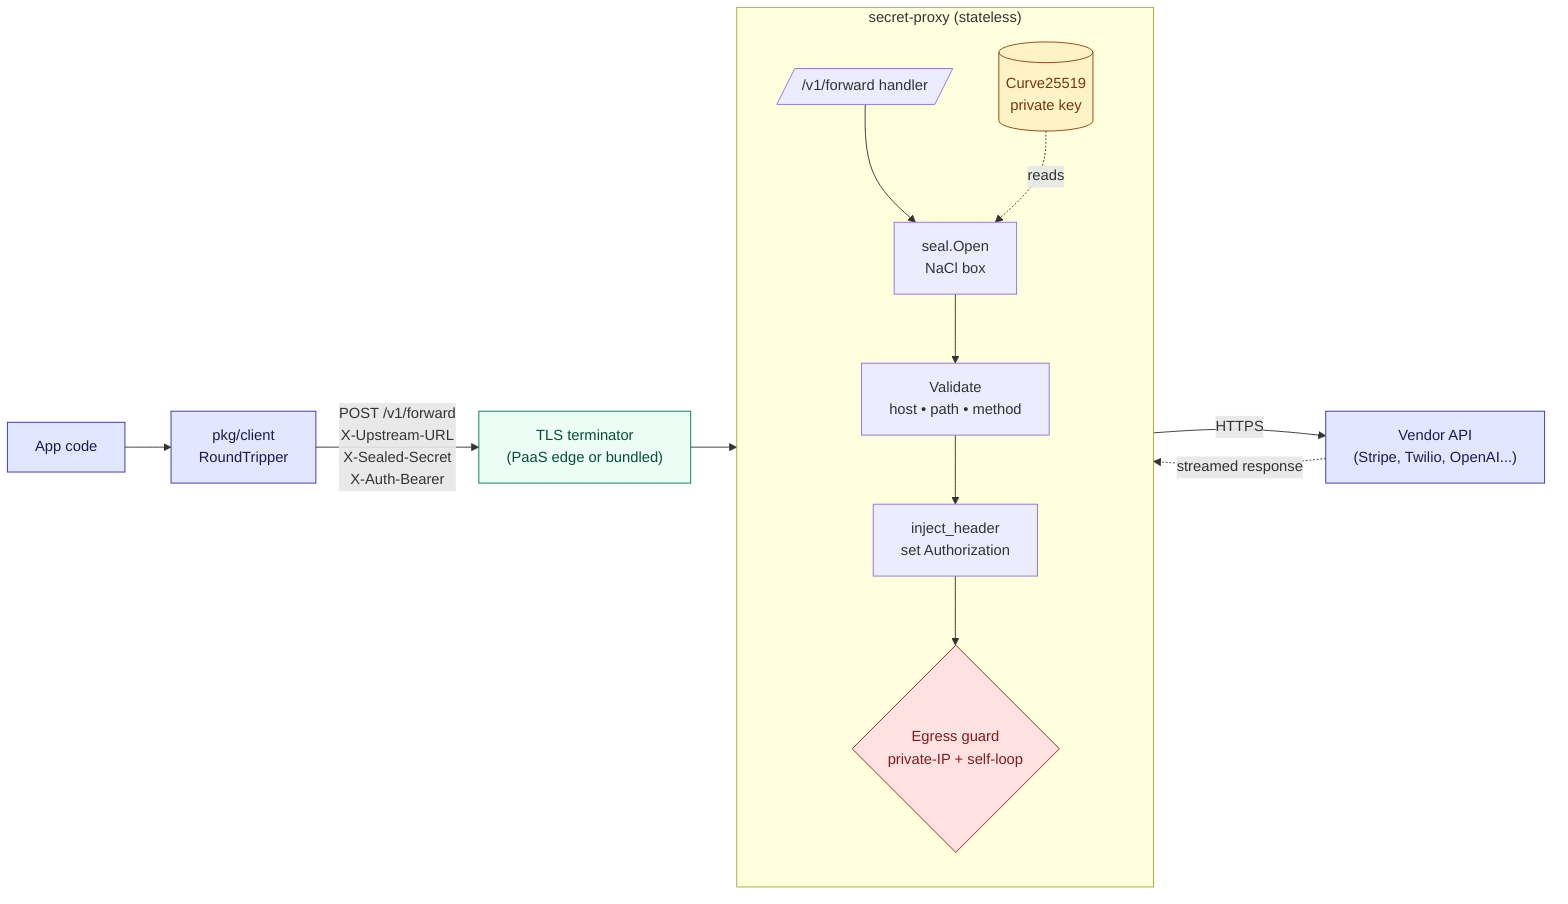
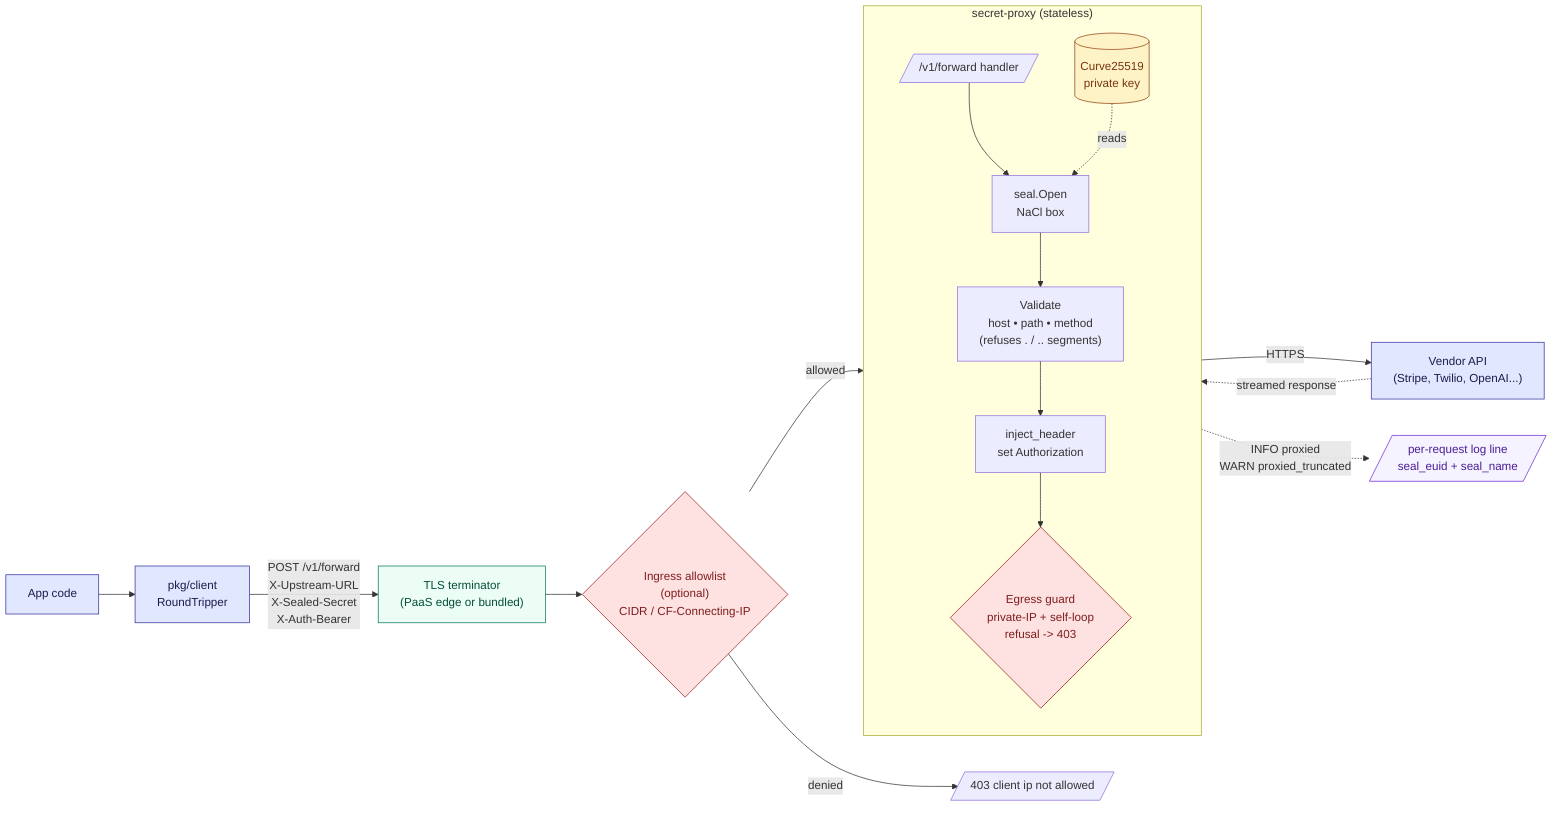
%% Source for docs/architecture-runtime.svg
%% Regenerate with: ./docs/render-diagrams.sh
flowchart LR
    Code["App code"] --> Transport["pkg/client<br/>RoundTripper"]
    Transport -->|"POST /v1/forward<br/>X-Upstream-URL<br/>X-Sealed-Secret<br/>X-Auth-Bearer"| Edge["TLS terminator<br/>(PaaS edge or bundled)"]
-     Edge --> Forward[/"/v1/forward handler"/]
+     Edge --> Ingress{"Ingress allowlist<br/>(optional)<br/>CIDR / CF-Connecting-IP"}
+     Ingress -- denied --> R403[/"403 client ip not allowed"/]
+     Ingress -- allowed --> Forward[/"/v1/forward handler"/]

    subgraph Proxy["secret-proxy (stateless)"]
        direction TB
        Forward --> Unseal["seal.Open<br/>NaCl box"]
-         Unseal --> Validate["Validate<br/>host • path • method"]
+         Unseal --> Validate["Validate<br/>host • path • method<br/>(refuses . / .. segments)"]
        Validate --> Inject["inject_header<br/>set Authorization"]
-         Inject --> Egress{"Egress guard<br/>private-IP + self-loop"}
+         Inject --> Egress{"Egress guard<br/>private-IP + self-loop<br/>refusal -> 403"}
        PrivKey[("Curve25519<br/>private key")] -.->|reads| Unseal
    end

    Egress -->|"HTTPS"| Vendor["Vendor API<br/>(Stripe, Twilio, OpenAI...)"]
    Vendor -.->|"streamed response"| Egress
+     Forward -.->|"INFO proxied<br/>WARN proxied_truncated"| Logs[/"per-request log line<br/>seal_euid + seal_name"/]

    classDef store fill:#fef3c7,stroke:#92400e,color:#78350f
    classDef external fill:#e0e7ff,stroke:#3730a3,color:#1e1b4b
    classDef guard fill:#fee2e2,stroke:#991b1b,color:#7f1d1d
    classDef edge fill:#ecfdf5,stroke:#047857,color:#064e3b
+     classDef obs fill:#f5f3ff,stroke:#6d28d9,color:#4c1d95
    class PrivKey store
    class Code,Transport,Vendor external
-     class Egress guard
+     class Ingress,Egress guard
    class Edge edge
+     class Logs obs
